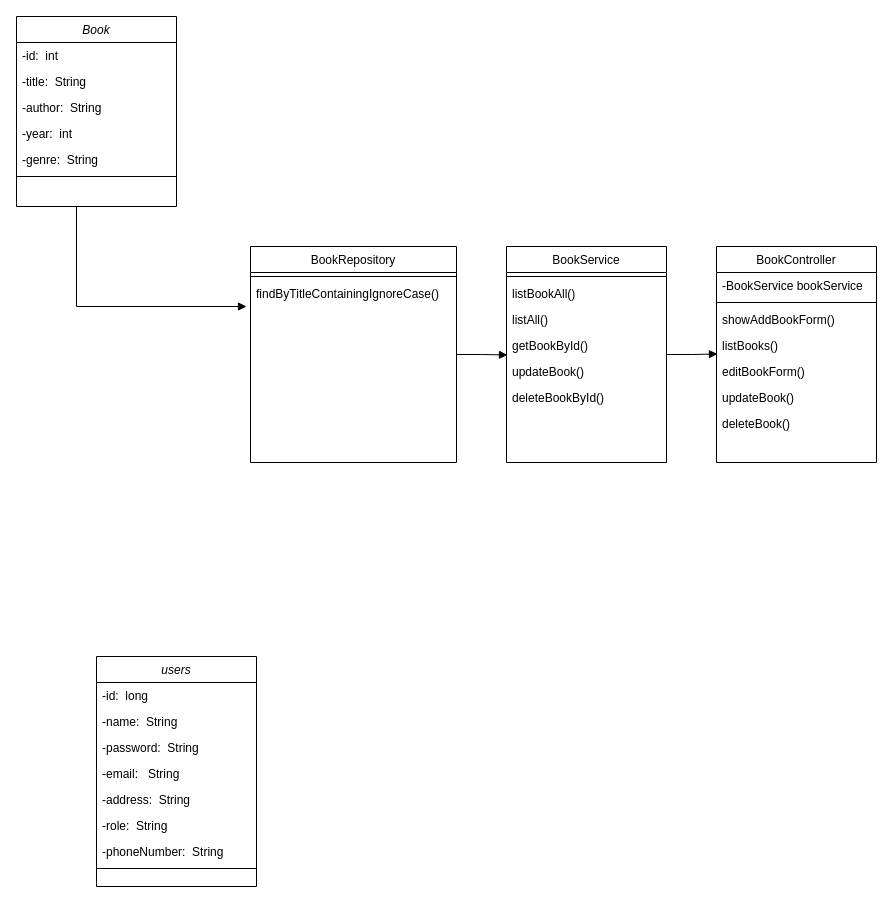
Earlier version of the draw.io diagram クラス図.drawio (SuLeiMin/NewLibrarySystem). Source tidied: cells renumbered, new cells numbered last; positions are measured from the earlier drawing's top-left corner, leaving out a move shared by most shapes. Both pictures are drawn from the tidied source at 100%, with x=0, y=0 at pixel (16, 16).
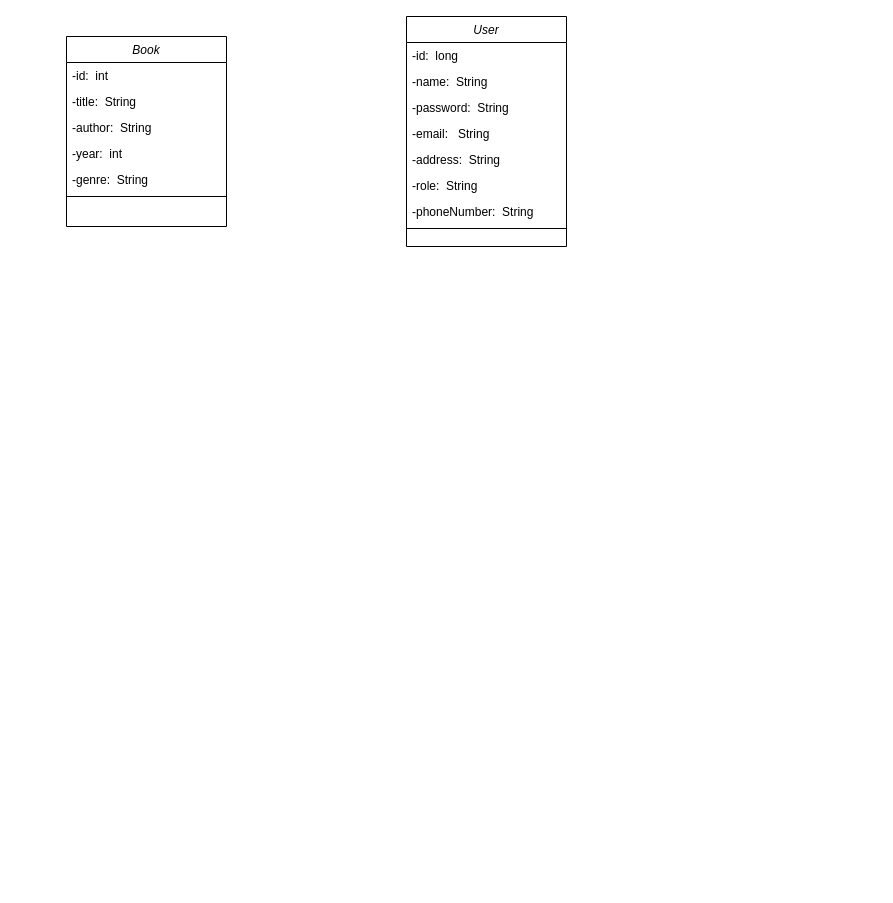
The same diagram, later.

Diff of the diagram source:
```diff
@@
     <mxCell id="2" value="Book" style="swimlane;fontStyle=2;align=center;verticalAlign=top;horizontal=1;startSize=26;rounded=0;shadow=0;strokeWidth=1;" parent="1" vertex="1">
-      <mxGeometry width="160" height="190" as="geometry" />
+      <mxGeometry x="50" y="20" width="160" height="190" as="geometry" />
     </mxCell>
@@
-    <mxCell id="9" value="BookRepository" style="swimlane;fontStyle=0;align=center;verticalAlign=top;horizontal=1;startSize=26;rounded=0;shadow=0;strokeWidth=1;" parent="1" vertex="1">
-      <mxGeometry x="234" y="230" width="206" height="216" as="geometry" />
-    </mxCell>
-    <mxCell id="10" style="line;html=1;strokeWidth=1;align=left;verticalAlign=middle;spacingTop=-1;spacingLeft=3;spacingRight=3;labelPosition=right;" parent="9" vertex="1">
-      <mxGeometry y="26" width="206" height="8" as="geometry" />
-    </mxCell>
-    <mxCell id="11" value="findByTitleContainingIgnoreCase()" style="text;align=left;verticalAlign=top;spacingLeft=4;spacingRight=4;overflow=hidden;" parent="9" vertex="1">
-      <mxGeometry y="34" width="206" height="26" as="geometry" />
-    </mxCell>
-    <mxCell id="12" value="BookService" style="swimlane;fontStyle=0;align=center;verticalAlign=top;horizontal=1;startSize=26;rounded=0;shadow=0;strokeWidth=1;" parent="1" vertex="1">
-      <mxGeometry x="490" y="230" width="160" height="216" as="geometry" />
-    </mxCell>
-    <mxCell id="13" style="line;html=1;strokeWidth=1;align=left;verticalAlign=middle;spacingTop=-1;spacingLeft=3;spacingRight=3;labelPosition=right;" parent="12" vertex="1">
-      <mxGeometry y="26" width="160" height="8" as="geometry" />
-    </mxCell>
-    <mxCell id="14" value="listBookAll()" style="text;align=left;verticalAlign=top;spacingLeft=4;spacingRight=4;overflow=hidden;" parent="12" vertex="1">
-      <mxGeometry y="34" width="160" height="26" as="geometry" />
-    </mxCell>
-    <mxCell id="15" value="listAll()" style="text;align=left;verticalAlign=top;spacingLeft=4;spacingRight=4;overflow=hidden;" parent="12" vertex="1">
-      <mxGeometry y="60" width="160" height="26" as="geometry" />
-    </mxCell>
-    <mxCell id="16" value="getBookById()" style="text;align=left;verticalAlign=top;spacingLeft=4;spacingRight=4;overflow=hidden;points=[[0,0.5],[1,0.5]];portConstraint=eastwest;" parent="12" vertex="1">
-      <mxGeometry y="86" width="160" height="26" as="geometry" />
-    </mxCell>
-    <mxCell id="17" value="updateBook()" style="text;align=left;verticalAlign=top;spacingLeft=4;spacingRight=4;overflow=hidden;" parent="12" vertex="1">
-      <mxGeometry y="112" width="160" height="26" as="geometry" />
-    </mxCell>
-    <mxCell id="18" value="deleteBookById()" style="text;align=left;verticalAlign=top;spacingLeft=4;spacingRight=4;overflow=hidden;" parent="12" vertex="1">
-      <mxGeometry y="138" width="160" height="26" as="geometry" />
-    </mxCell>
-    <mxCell id="19" value="BookController" style="swimlane;fontStyle=0;align=center;verticalAlign=top;horizontal=1;startSize=26;rounded=0;shadow=0;strokeWidth=1;" parent="1" vertex="1">
-      <mxGeometry x="700" y="230" width="160" height="216" as="geometry" />
-    </mxCell>
-    <mxCell id="20" value="-BookService bookService" style="text;align=left;verticalAlign=top;spacingLeft=4;spacingRight=4;overflow=hidden;" parent="19" vertex="1">
-      <mxGeometry y="26" width="160" height="26" as="geometry" />
-    </mxCell>
-    <mxCell id="21" style="line;html=1;strokeWidth=1;align=left;verticalAlign=middle;spacingTop=-1;spacingLeft=3;spacingRight=3;labelPosition=right;" parent="19" vertex="1">
-      <mxGeometry y="52" width="160" height="8" as="geometry" />
-    </mxCell>
-    <mxCell id="22" value="showAddBookForm()" style="text;align=left;verticalAlign=top;spacingLeft=4;spacingRight=4;overflow=hidden;" parent="19" vertex="1">
-      <mxGeometry y="60" width="160" height="26" as="geometry" />
-    </mxCell>
-    <mxCell id="23" value="listBooks()" style="text;align=left;verticalAlign=top;spacingLeft=4;spacingRight=4;overflow=hidden;points=[[0,0.5],[1,0.5]];portConstraint=eastwest;" parent="19" vertex="1">
-      <mxGeometry y="86" width="160" height="26" as="geometry" />
-    </mxCell>
-    <mxCell id="24" value="editBookForm()" style="text;align=left;verticalAlign=top;spacingLeft=4;spacingRight=4;overflow=hidden;" parent="19" vertex="1">
-      <mxGeometry y="112" width="160" height="26" as="geometry" />
-    </mxCell>
-    <mxCell id="25" value="updateBook()" style="text;align=left;verticalAlign=top;spacingLeft=4;spacingRight=4;overflow=hidden;" parent="19" vertex="1">
-      <mxGeometry y="138" width="160" height="26" as="geometry" />
-    </mxCell>
-    <mxCell id="26" value="deleteBook()" style="text;align=left;verticalAlign=top;spacingLeft=4;spacingRight=4;overflow=hidden;" parent="19" vertex="1">
-      <mxGeometry y="164" width="160" height="26" as="geometry" />
-    </mxCell>
-    <mxCell id="27" style="edgeStyle=orthogonalEdgeStyle;rounded=0;orthogonalLoop=1;jettySize=auto;html=1;endArrow=block;startFill=0;endFill=1;" parent="1" edge="1">
-      <mxGeometry relative="1" as="geometry">
-        <mxPoint x="60" y="190" as="sourcePoint" />
-        <mxPoint x="230" y="290" as="targetPoint" />
-        <Array as="points">
-          <mxPoint x="60" y="290" />
-          <mxPoint x="230" y="290" />
-        </Array>
-      </mxGeometry>
-    </mxCell>
-    <mxCell id="28" style="edgeStyle=orthogonalEdgeStyle;rounded=0;jettySize=auto;html=1;entryX=0.006;entryY=0.865;entryDx=0;entryDy=0;entryPerimeter=0;endArrow=block;startFill=0;endFill=1;" parent="1" edge="1" source="9" target="16">
-      <mxGeometry relative="1" as="geometry" />
-    </mxCell>
-    <mxCell id="29" style="edgeStyle=orthogonalEdgeStyle;rounded=0;jettySize=auto;html=1;entryX=0.006;entryY=0.827;entryDx=0;entryDy=0;entryPerimeter=0;endArrow=block;startFill=0;endFill=1;" parent="1" edge="1" source="12" target="23">
-      <mxGeometry relative="1" as="geometry" />
-    </mxCell>
-    <mxCell id="30" value="users" style="swimlane;fontStyle=2;align=center;verticalAlign=top;horizontal=1;startSize=26;rounded=0;shadow=0;strokeWidth=1;" parent="1" vertex="1">
-      <mxGeometry x="80" y="640" width="160" height="230" as="geometry" />
+    <mxCell id="30" value="User" style="swimlane;fontStyle=2;align=center;verticalAlign=top;horizontal=1;startSize=26;rounded=0;shadow=0;strokeWidth=1;" parent="1" vertex="1">
+      <mxGeometry x="390" width="160" height="230" as="geometry" />
     </mxCell>
```
